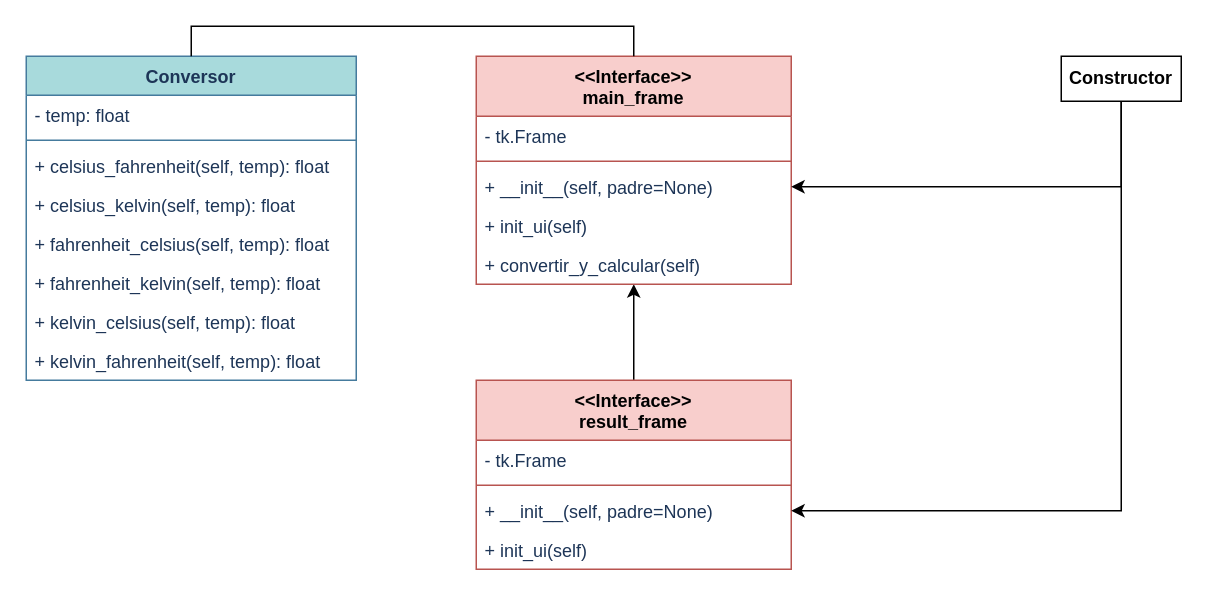
The draw.io diagram resources/diagrams/Diagrama de clases.drawio in Amarin38/Conversor-de-temperatura, before the edit. Source tidied: cells renumbered, new cells numbered last; positions are measured from the earlier drawing's top-left corner, leaving out a move shared by most shapes. Both pictures are drawn from the tidied source at 150%, with x=0, y=0 at pixel (26, 56).
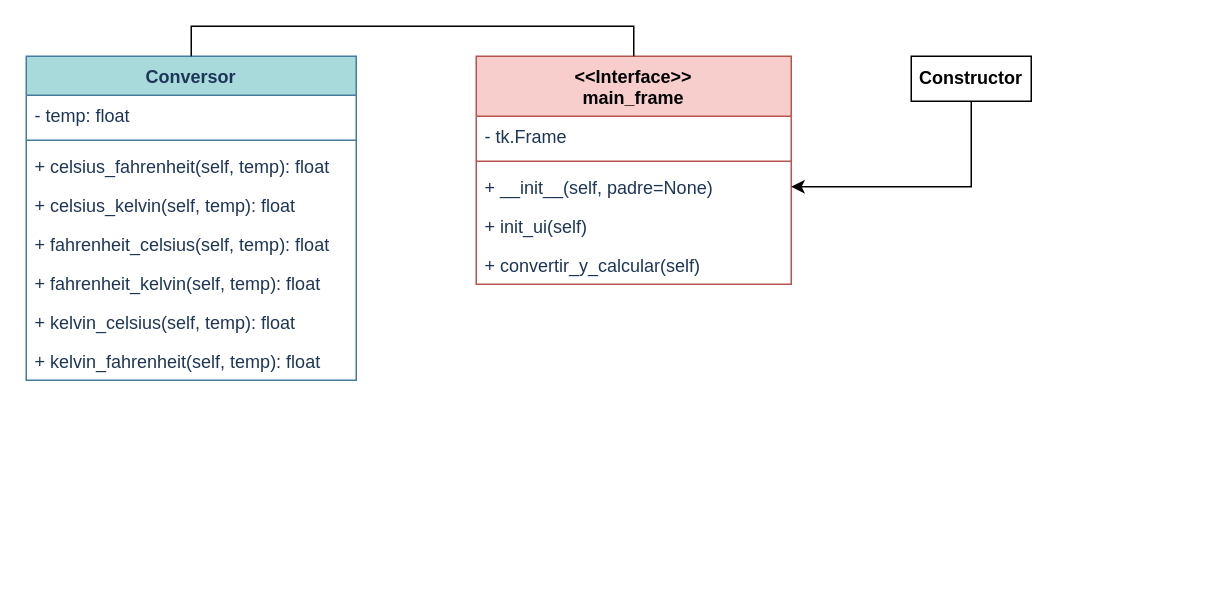
The same page after the edit.

Unchanged cells that the change refers to:
```xml
<mxCell id="12" value="&lt;&lt;Interface&gt;&gt;&#10;main_frame" style="swimlane;fontStyle=1;align=center;verticalAlign=top;horizontal=1;startSize=40;strokeColor=#b85450;fillColor=#f8cecc;" parent="1" vertex="1">
  <mxGeometry x="300" width="210" height="152" as="geometry" />
</mxCell>
```

The edit, as a diff of the source:
```diff
@@
-    <mxCell id="11" style="edgeStyle=orthogonalEdgeStyle;rounded=0;jettySize=auto;html=1;exitX=0.5;exitY=0;exitDx=0;exitDy=0;" parent="1" edge="1" source="21" target="12">
-      <mxGeometry relative="1" as="geometry" />
-    </mxCell>
@@
     <mxCell id="19" value="&lt;b&gt;Constructor&lt;/b&gt;" style="rounded=0;whiteSpace=wrap;html=1;" parent="1" vertex="1">
-      <mxGeometry x="690" width="80" height="30" as="geometry" />
+      <mxGeometry x="590" width="80" height="30" as="geometry" />
     </mxCell>
@@
-    <mxCell id="21" value="&lt;&lt;Interface&gt;&gt;&#10;result_frame" style="swimlane;fontStyle=1;align=center;verticalAlign=top;horizontal=1;startSize=40;strokeColor=#b85450;fillColor=#f8cecc;" parent="1" vertex="1">
-      <mxGeometry x="300" y="216" width="210" height="126" as="geometry" />
-    </mxCell>
-    <mxCell id="22" value="- tk.Frame" style="text;strokeColor=none;fillColor=none;align=left;verticalAlign=top;spacingLeft=4;spacingRight=4;overflow=hidden;fontColor=#1D3557;" parent="21" vertex="1">
-      <mxGeometry y="40" width="210" height="26" as="geometry" />
-    </mxCell>
-    <mxCell id="23" style="line;strokeWidth=1;fillColor=none;align=left;verticalAlign=middle;spacingTop=-1;spacingLeft=3;spacingRight=3;labelPosition=right;strokeColor=inherit;fontColor=#1D3557;" parent="21" vertex="1">
-      <mxGeometry y="66" width="210" height="8" as="geometry" />
-    </mxCell>
-    <mxCell id="24" value="+ __init__(self, padre=None)" style="text;strokeColor=none;fillColor=none;align=left;verticalAlign=top;spacingLeft=4;spacingRight=4;overflow=hidden;points=[[0,0.5],[1,0.5]];portConstraint=eastwest;fontColor=#1D3557;" parent="21" vertex="1">
-      <mxGeometry y="74" width="210" height="26" as="geometry" />
-    </mxCell>
-    <mxCell id="25" value="+ init_ui(self)" style="text;strokeColor=none;fillColor=none;align=left;verticalAlign=top;spacingLeft=4;spacingRight=4;overflow=hidden;fontColor=#1D3557;" parent="21" vertex="1">
-      <mxGeometry y="100" width="210" height="26" as="geometry" />
-    </mxCell>
-    <mxCell id="26" style="edgeStyle=orthogonalEdgeStyle;rounded=0;jettySize=auto;html=1;entryX=1;entryY=0.5;entryDx=0;entryDy=0;exitX=0.5;exitY=1;exitDx=0;exitDy=0;" parent="1" edge="1" source="19" target="24">
-      <mxGeometry relative="1" as="geometry" />
-    </mxCell>
```
